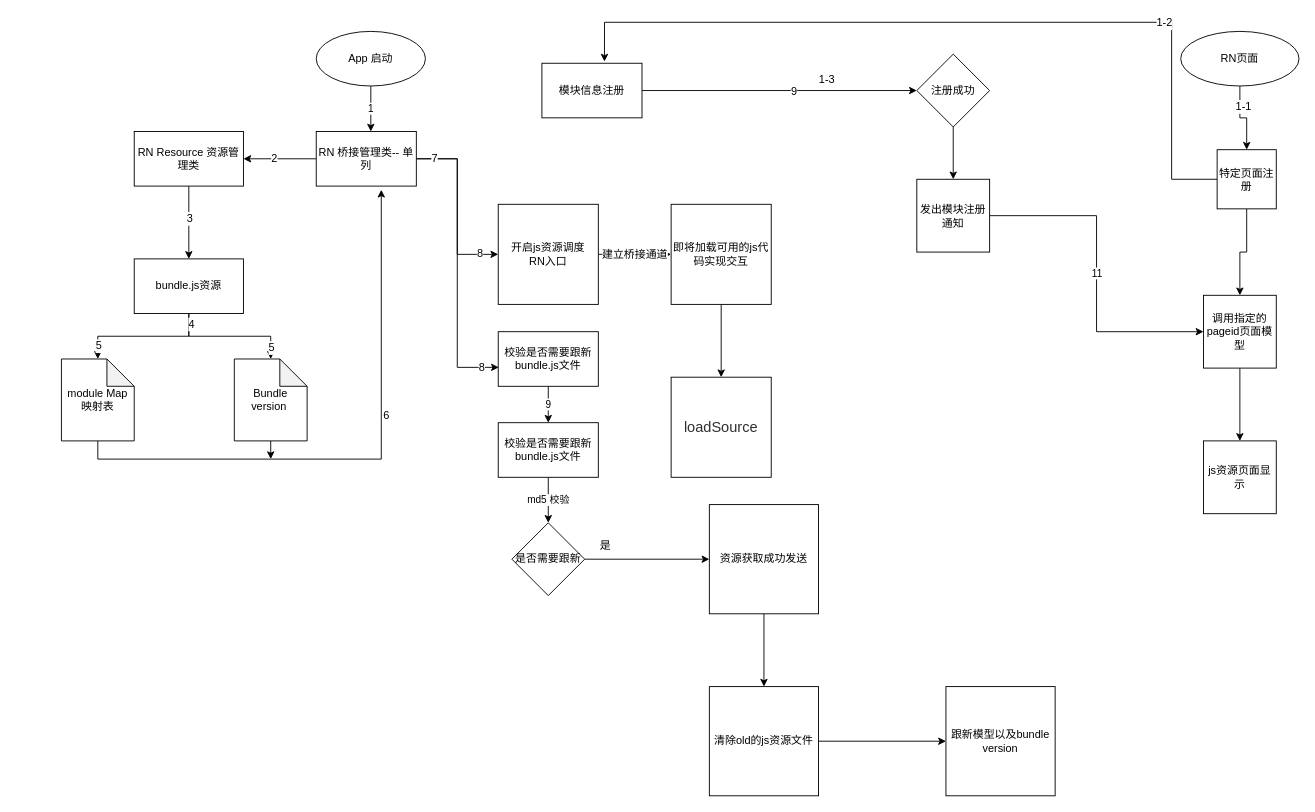
The draw.io diagram LBC.drawio in Andrewliu20/-Demo, before the edit. Source tidied: cells renumbered, new cells numbered last; positions are measured from the earlier drawing's top-left corner, leaving out a move shared by most shapes. Both pictures are drawn from the tidied source at 91%, with x=0, y=0 at pixel (61, 22).
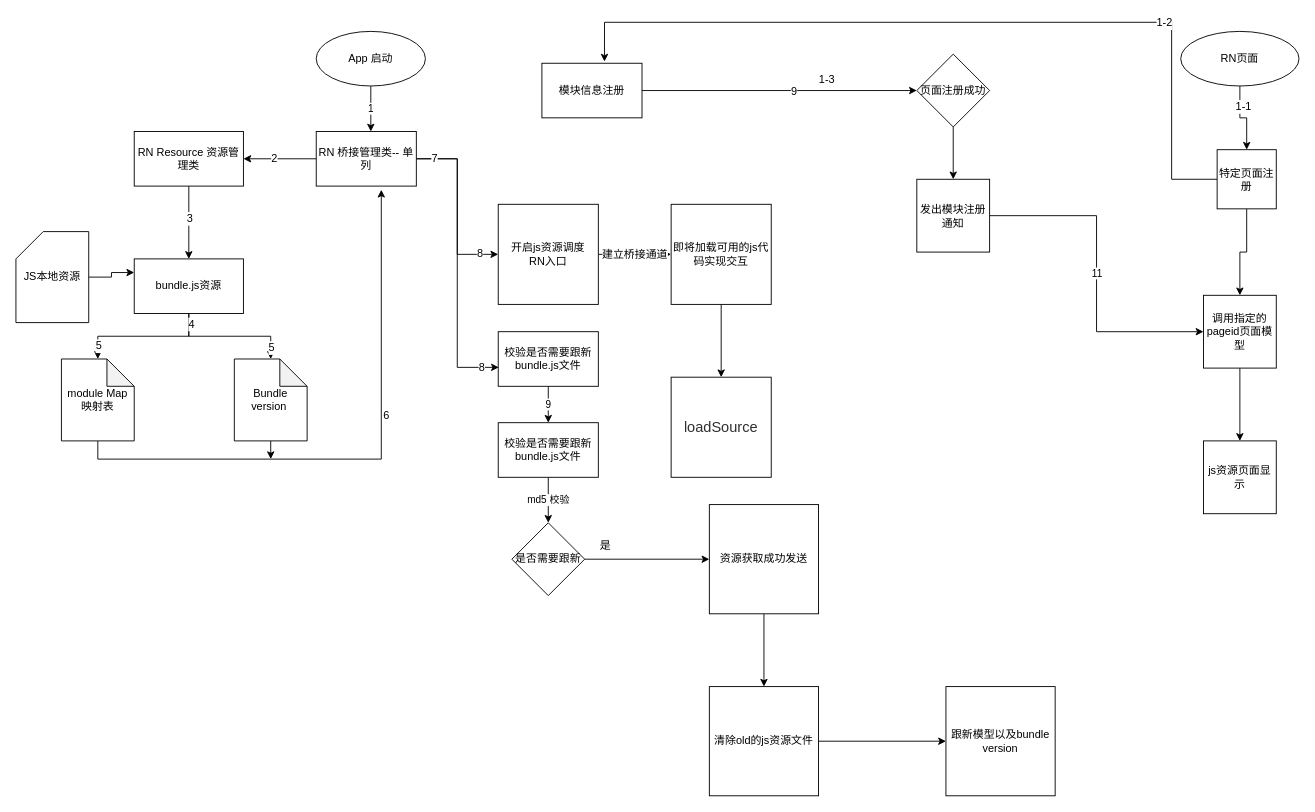
Above is the later version.

Unchanged cells that the change refers to:
```xml
<mxCell id="24" value="bundle.js资源" style="rounded=0;whiteSpace=wrap;html=1;" parent="1" vertex="1">
  <mxGeometry x="80" y="260" width="120" height="60" as="geometry" />
</mxCell>
```

The edit, as a diff of the source:
```diff
@@
-    <mxCell id="35" value="注册成功" style="rhombus;whiteSpace=wrap;html=1;" parent="1" vertex="1">
+    <mxCell id="35" value="页面注册成功" style="rhombus;whiteSpace=wrap;html=1;" parent="1" vertex="1">
       <mxGeometry x="940" y="35" width="80" height="80" as="geometry" />
     </mxCell>
@@
+    <mxCell id="61" style="edgeStyle=orthogonalEdgeStyle;rounded=0;jettySize=auto;html=1;entryX=0;entryY=0.25;entryDx=0;entryDy=0;" parent="1" edge="1" source="62" target="24">
+      <mxGeometry relative="1" as="geometry" />
+    </mxCell>
+    <mxCell id="62" value="JS本地资源" style="shape=card;whiteSpace=wrap;html=1;" parent="1" vertex="1">
+      <mxGeometry x="-50" y="230" width="80" height="100" as="geometry" />
+    </mxCell>
```
